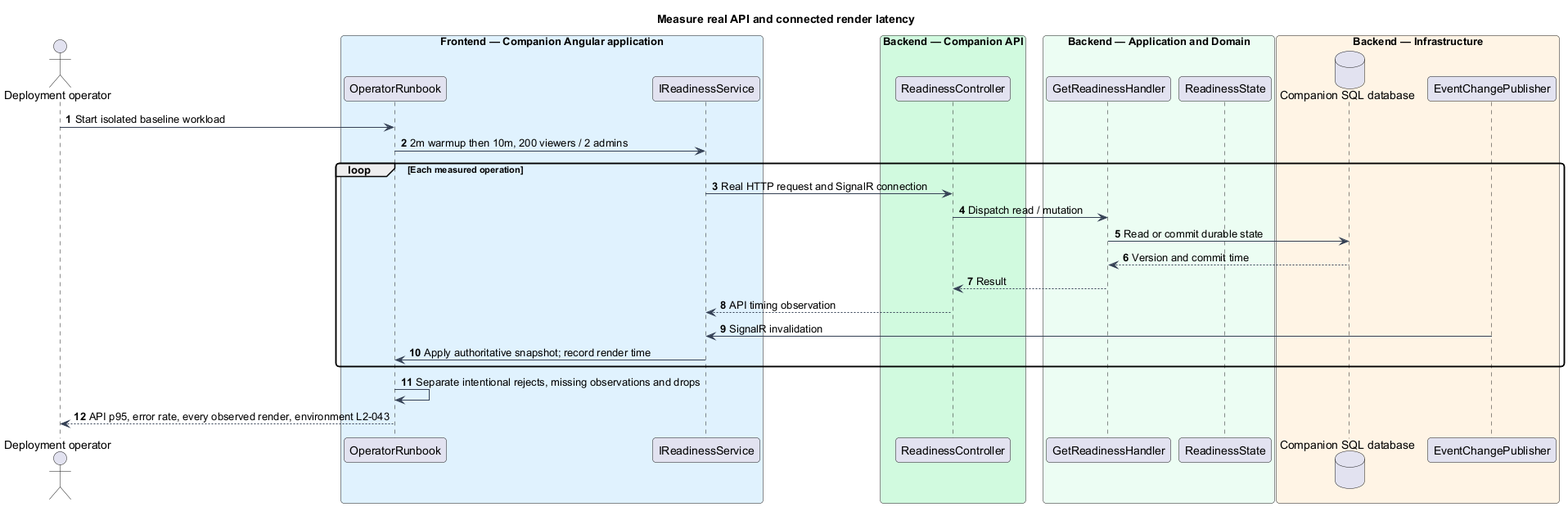
QuinntyneBrown/faithtech-toronto-ai-build-event keeps this PlantUML diagram as docs/detailed-designs/operations/operate-and-restore/diagrams/sequence-measure.png. Above is the earlier version. The source it was exported from:
```plantuml
@startuml
skinparam backgroundColor #FFFFFF
skinparam shadowing false
skinparam defaultFontName Arial
skinparam ArrowColor #344054
skinparam roundcorner 8
autonumber
title Measure real API and connected render latency
actor "Deployment operator" as actor
box "Frontend — Companion Angular application" #E0F2FE
participant "OperatorRunbook" as page
participant "IReadinessService" as client
end box
box "Backend — Companion API" #D1FADF
participant "ReadinessController" as controller
end box
box "Backend — Application and Domain" #ECFDF3
participant "GetReadinessHandler" as handler
participant "ReadinessState" as entity
end box
box "Backend — Infrastructure" #FFF4E5
database "Companion SQL database" as db
participant "EventChangePublisher" as push
end box
actor -> page : Start isolated baseline workload
page -> client : 2m warmup then 10m, 200 viewers / 2 admins
loop Each measured operation
 client -> controller : Real HTTP request and SignalR connection
 controller -> handler : Dispatch read / mutation
 handler -> db : Read or commit durable state
 db --> handler : Version and commit time
 handler --> controller : Result
 controller --> client : API timing observation
 push -> client : SignalR invalidation
 client -> page : Apply authoritative snapshot; record render time
end
page -> page : Separate intentional rejects, missing observations and drops
page --> actor : API p95, error rate, every observed render, environment L2-043
@enduml
```
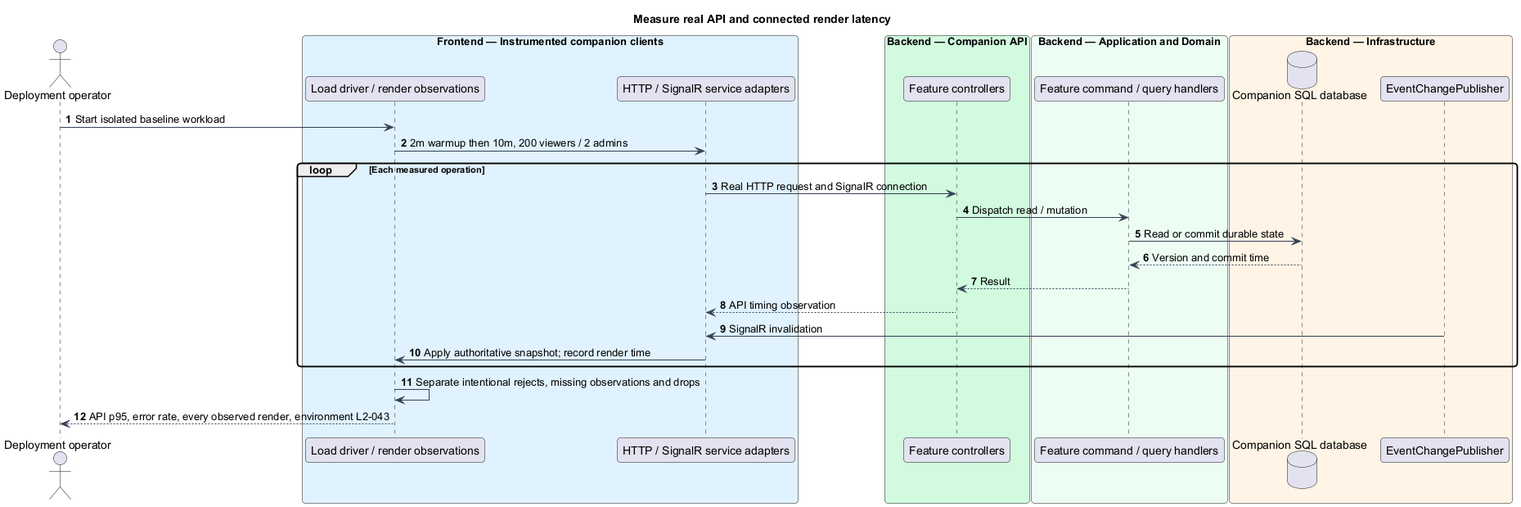
The same diagram one commit later.

Diff of the diagram source:
```diff
@@ -7,16 +7,15 @@
 autonumber
 title Measure real API and connected render latency
 actor "Deployment operator" as actor
-box "Frontend — Companion Angular application" #E0F2FE
-participant "OperatorRunbook" as page
-participant "IReadinessService" as client
+box "Frontend — Instrumented companion clients" #E0F2FE
+participant "Load driver / render observations" as page
+participant "HTTP / SignalR service adapters" as client
 end box
 box "Backend — Companion API" #D1FADF
-participant "ReadinessController" as controller
+participant "Feature controllers" as controller
 end box
 box "Backend — Application and Domain" #ECFDF3
-participant "GetReadinessHandler" as handler
-participant "ReadinessState" as entity
+participant "Feature command / query handlers" as handler
 end box
 box "Backend — Infrastructure" #FFF4E5
 database "Companion SQL database" as db
```
